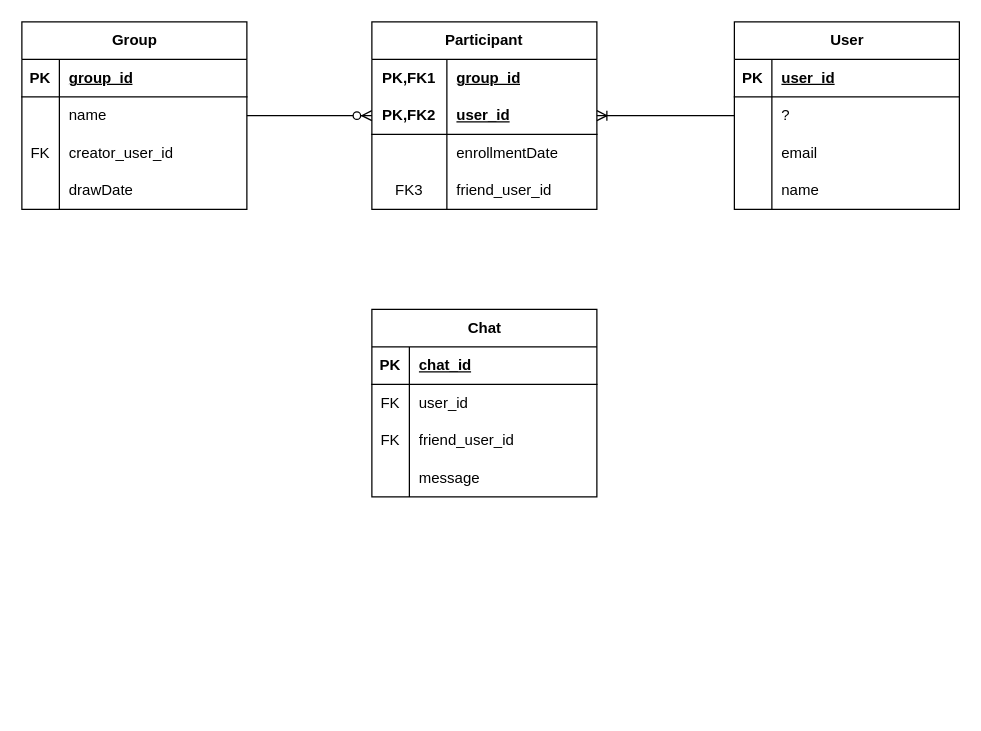
The draw.io diagram docs/er-diagram.drawio in akctba/secret-santa-go-api, before the edit. Source tidied: cells renumbered, new cells numbered last; positions are measured from the earlier drawing's top-left corner, leaving out a move shared by most shapes. Both pictures are drawn from the tidied source at 125%, with x=0, y=0 at pixel (21, 21).
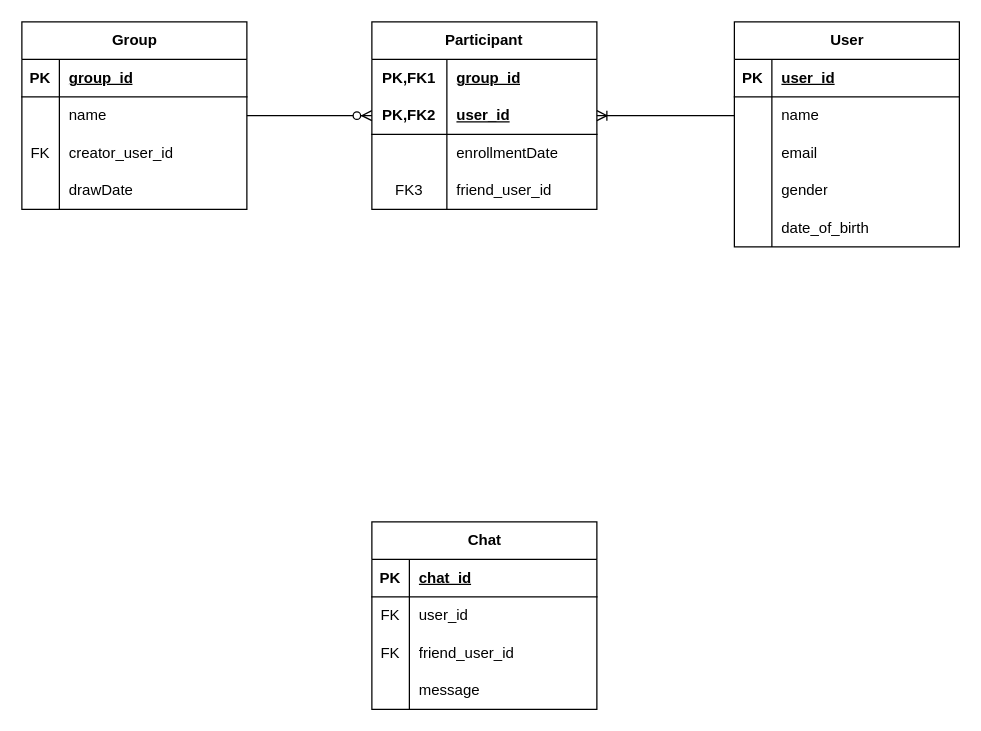
The same diagram, later.

Unchanged cells that the change refers to:
```xml
<mxCell id="20" style="shape=tableRow;horizontal=0;startSize=0;swimlaneHead=0;swimlaneBody=0;fillColor=none;points=[[0,0.5],[1,0.5]];portConstraint=eastwest;top=0;left=0;right=0;bottom=0;" parent="16" vertex="1">
  <mxGeometry y="60" width="180" height="30" as="geometry" />
</mxCell>
<mxCell id="26" style="shape=tableRow;horizontal=0;startSize=0;swimlaneHead=0;swimlaneBody=0;fillColor=none;top=0;left=0;right=0;bottom=0;" parent="16" vertex="1">
  <mxGeometry y="120" width="180" height="30" as="geometry" />
</mxCell>
```

The edit, as a diff of the source:
```diff
@@
     <mxCell id="16" value="User" style="shape=table;startSize=30;childLayout=tableLayout;rowLines=0;fontStyle=1;align=center;html=1;" parent="1" vertex="1">
-      <mxGeometry x="570" width="180" height="150" as="geometry" />
+      <mxGeometry x="570" width="180" height="180" as="geometry" />
     </mxCell>
@@
-    <mxCell id="22" value="?" style="shape=partialRectangle;fillColor=none;top=0;left=0;bottom=0;right=0;align=left;spacingLeft=6;overflow=hidden;whiteSpace=wrap;html=1;" parent="20" vertex="1">
+    <mxCell id="22" value="name" style="shape=partialRectangle;fillColor=none;top=0;left=0;bottom=0;right=0;align=left;spacingLeft=6;overflow=hidden;whiteSpace=wrap;html=1;" parent="20" vertex="1">
       <mxGeometry x="30" width="150" height="30" as="geometry" />
     </mxCell>
@@
-    <mxCell id="28" value="name" style="shape=partialRectangle;fillColor=none;top=0;left=0;bottom=0;right=0;align=left;spacingLeft=6;overflow=hidden;whiteSpace=wrap;html=1;" parent="26" vertex="1">
+    <mxCell id="28" value="gender" style="shape=partialRectangle;fillColor=none;top=0;left=0;bottom=0;right=0;align=left;spacingLeft=6;overflow=hidden;whiteSpace=wrap;html=1;" parent="26" vertex="1">
       <mxGeometry x="30" width="150" height="30" as="geometry" />
     </mxCell>
+    <mxCell id="56" style="shape=tableRow;horizontal=0;startSize=0;swimlaneHead=0;swimlaneBody=0;fillColor=none;top=0;left=0;right=0;bottom=0;" parent="16" vertex="1">
+      <mxGeometry y="150" width="180" height="30" as="geometry" />
+    </mxCell>
+    <mxCell id="57" style="shape=partialRectangle;fillColor=none;top=0;left=0;bottom=0;right=0;overflow=hidden;whiteSpace=wrap;html=1;" parent="56" vertex="1">
+      <mxGeometry width="30" height="30" as="geometry" />
+    </mxCell>
+    <mxCell id="58" value="date_of_birth" style="shape=partialRectangle;fillColor=none;top=0;left=0;bottom=0;right=0;align=left;spacingLeft=6;overflow=hidden;whiteSpace=wrap;html=1;" parent="56" vertex="1">
+      <mxGeometry x="30" width="150" height="30" as="geometry" />
+    </mxCell>
@@
     <mxCell id="43" value="Chat" style="shape=table;startSize=30;childLayout=tableLayout;rowLines=0;fontStyle=1;align=center;html=1;" parent="1" vertex="1">
-      <mxGeometry x="280" y="230" width="180" height="150" as="geometry" />
+      <mxGeometry x="280" y="400" width="180" height="150" as="geometry" />
     </mxCell>
```
